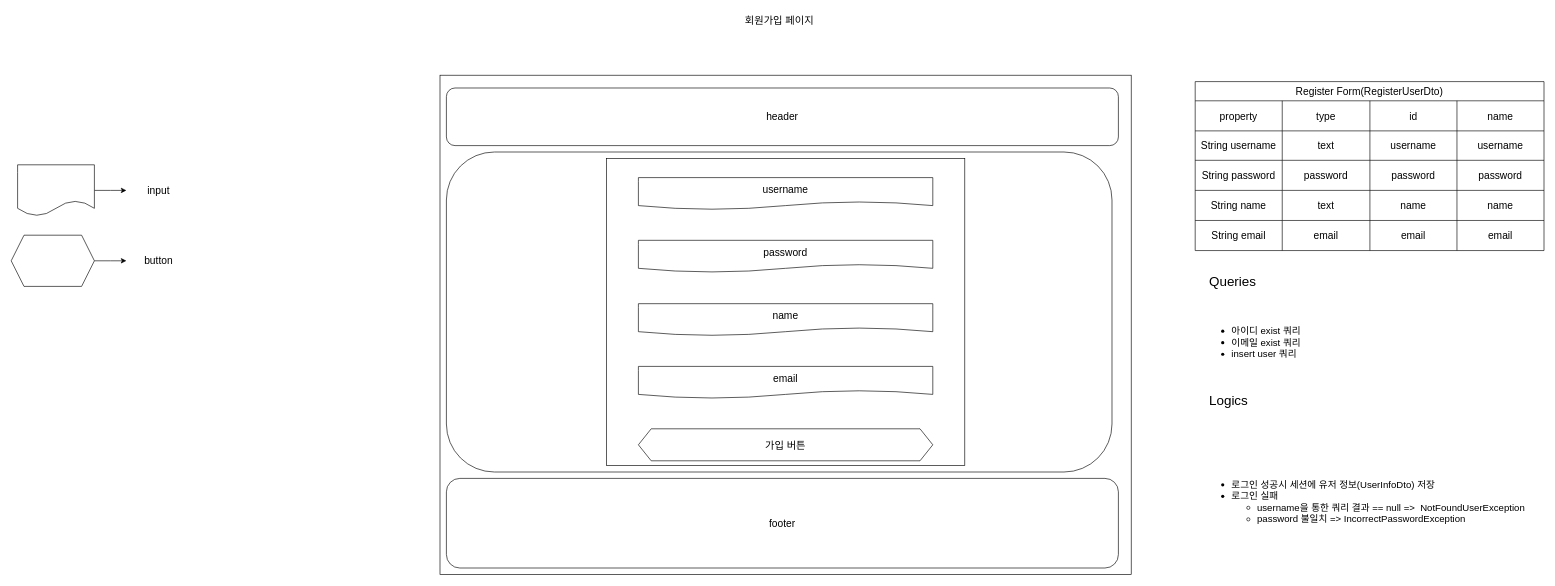
kwan9069/manitto keeps this draw.io diagram as page "회원가입 페이지" (4 of 8) of src/main/resources/draft/page-structure.drawio. Above is the earlier version. Source tidied: cells renumbered, new cells numbered last; positions are measured from the earlier drawing's top-left corner, leaving out a move shared by most shapes. Both pictures are drawn from the tidied source at 64%, with x=0, y=0 at pixel (11, 11).
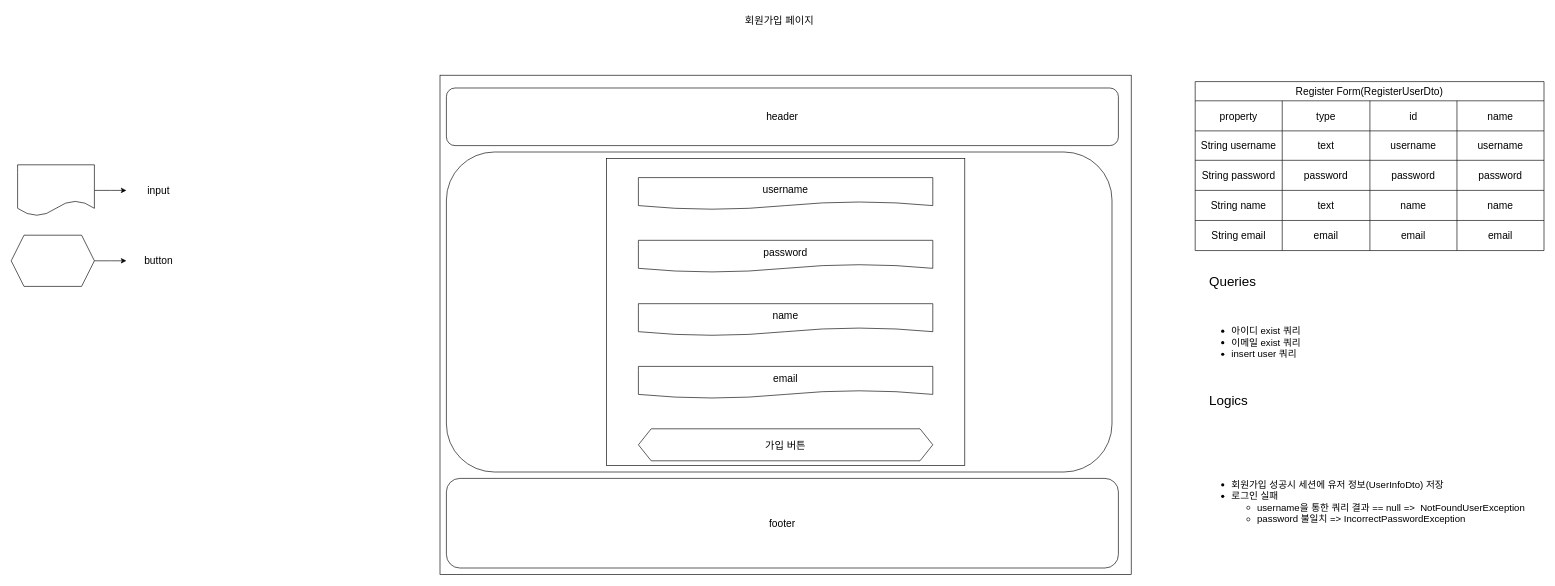
The same page after the edit.

Diff of the diagram source:
```diff
@@
-    <mxCell id="45" value="&lt;ul&gt;&lt;li&gt;로그인 성공시 세션에 유저 정보(UserInfoDto) 저장&lt;/li&gt;&lt;li&gt;로그인 실패&lt;/li&gt;&lt;ul&gt;&lt;li&gt;username을 통한 쿼리 결과 == null =&amp;gt;&amp;nbsp; NotFoundUserException&lt;/li&gt;&lt;li&gt;password 불일치 =&amp;gt; IncorrectPasswordException&lt;/li&gt;&lt;/ul&gt;&lt;/ul&gt;" style="text;html=1;strokeColor=none;fillColor=none;align=left;verticalAlign=middle;whiteSpace=wrap;rounded=0;fontSize=15;spacingTop=0;spacing=7;" parent="1" vertex="1">
+    <mxCell id="45" value="&lt;ul&gt;&lt;li&gt;회원가입 성공시 세션에 유저 정보(UserInfoDto) 저장&lt;/li&gt;&lt;li&gt;로그인 실패&lt;/li&gt;&lt;ul&gt;&lt;li&gt;username을 통한 쿼리 결과 == null =&amp;gt;&amp;nbsp; NotFoundUserException&lt;/li&gt;&lt;li&gt;password 불일치 =&amp;gt; IncorrectPasswordException&lt;/li&gt;&lt;/ul&gt;&lt;/ul&gt;" style="text;html=1;strokeColor=none;fillColor=none;align=left;verticalAlign=middle;whiteSpace=wrap;rounded=0;fontSize=15;spacingTop=0;spacing=7;" parent="1" vertex="1">
       <mxGeometry x="1860" y="652.5" width="530" height="227.5" as="geometry" />
     </mxCell>
```
